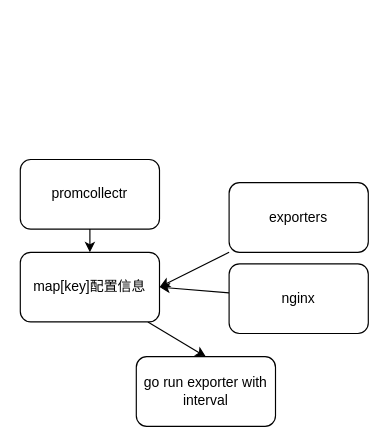
The draw.io diagram design.dio in inoth/promcollectr, before the edit. Source tidied: cells renumbered, new cells numbered last; positions are measured from the earlier drawing's top-left corner, leaving out a move shared by most shapes. Both pictures are drawn from the tidied source at 116%, with x=0, y=0 at pixel (20, 159).
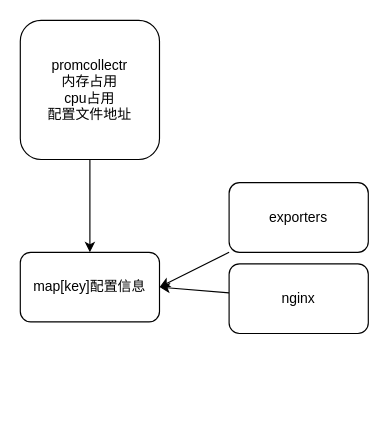
After the change.

What changed in the source:
```diff
@@
 <mxGraphModel>
   <root>
     <mxCell id="0" />
     <mxCell id="1" parent="0" />
     <mxCell id="2" style="edgeStyle=none;html=1;" parent="1" edge="1" source="3" target="5">
       <mxGeometry relative="1" as="geometry" />
     </mxCell>
-    <mxCell id="3" value="promcollectr" style="rounded=1;whiteSpace=wrap;html=1;" parent="1" vertex="1">
-      <mxGeometry width="120" height="60" as="geometry" />
+    <mxCell id="3" value="promcollectr&lt;br&gt;内存占用&lt;br&gt;cpu占用&lt;br&gt;配置文件地址&lt;br&gt;" style="rounded=1;whiteSpace=wrap;html=1;" parent="1" vertex="1">
+      <mxGeometry y="-120" width="120" height="120" as="geometry" />
     </mxCell>
-    <mxCell id="4" style="edgeStyle=none;html=1;entryX=0.5;entryY=0;entryDx=0;entryDy=0;" parent="1" edge="1" source="5" target="10">
-      <mxGeometry relative="1" as="geometry" />
-    </mxCell>
     <mxCell id="5" value="map[key]配置信息" style="whiteSpace=wrap;html=1;rounded=1;" parent="1" vertex="1">
       <mxGeometry y="80" width="120" height="60" as="geometry" />
     </mxCell>
     <mxCell id="6" style="edgeStyle=none;html=1;entryX=1;entryY=0.5;entryDx=0;entryDy=0;" parent="1" edge="1" source="7" target="5">
       <mxGeometry relative="1" as="geometry" />
     </mxCell>
     <mxCell id="7" value="nginx" style="rounded=1;whiteSpace=wrap;html=1;" parent="1" vertex="1">
       <mxGeometry x="180" y="90" width="120" height="60" as="geometry" />
     </mxCell>
     <mxCell id="8" style="edgeStyle=none;html=1;entryX=1;entryY=0.5;entryDx=0;entryDy=0;" parent="1" edge="1" source="9" target="5">
       <mxGeometry relative="1" as="geometry" />
     </mxCell>
     <mxCell id="9" value="exporters" style="rounded=1;whiteSpace=wrap;html=1;" parent="1" vertex="1">
       <mxGeometry x="180" y="20" width="120" height="60" as="geometry" />
     </mxCell>
-    <mxCell id="10" value="go run exporter with interval" style="rounded=1;whiteSpace=wrap;html=1;" parent="1" vertex="1">
-      <mxGeometry x="100" y="170" width="120" height="60" as="geometry" />
-    </mxCell>
   </root>
 </mxGraphModel>
```
